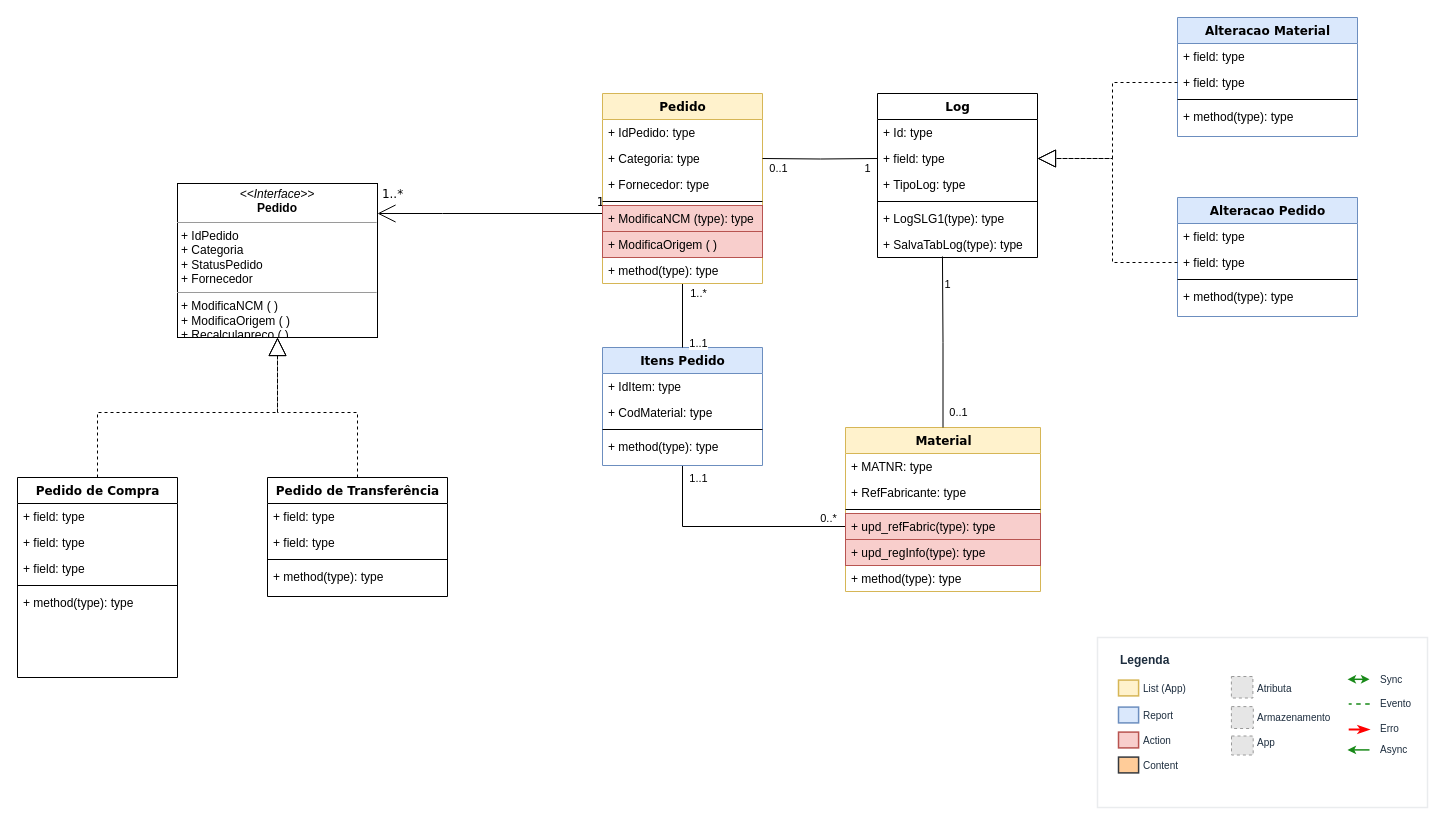
Before: InvoiceCon_DC.drawio in fantinatto/draw.io, a draw.io diagram. Source tidied: cells renumbered, new cells numbered last; positions are measured from the earlier drawing's top-left corner, leaving out a move shared by most shapes. Both pictures are drawn from the tidied source at 100%, with x=0, y=0 at pixel (17, 17). Pictures stored in the file or linked from it are replaced by grey dashed boxes.
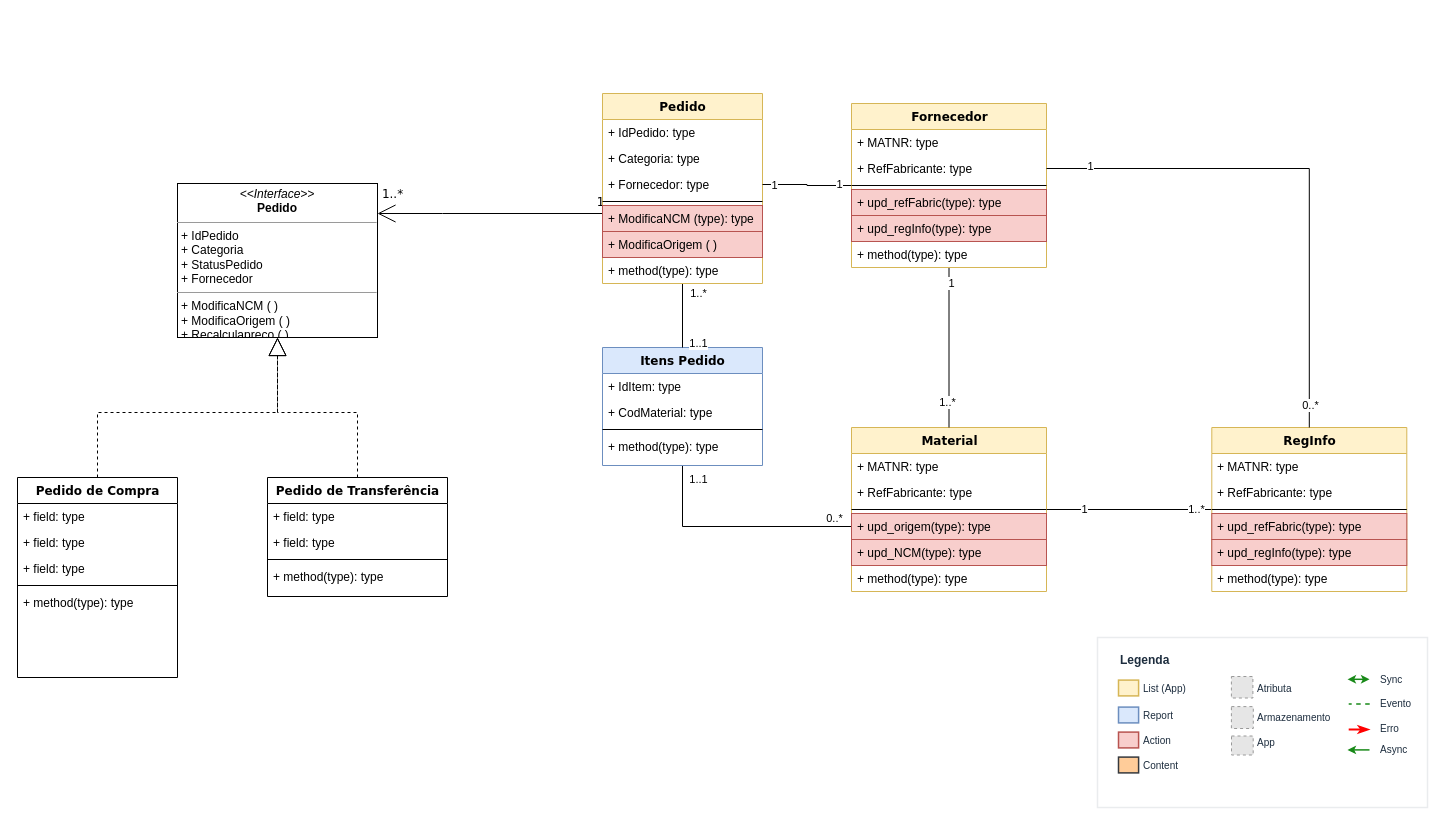
Above is the later version.

The change refers to these unchanged cells:
```xml
<mxCell id="26" value="+ Fornecedor: type" style="text;html=1;strokeColor=none;fillColor=none;align=left;verticalAlign=top;spacingLeft=4;spacingRight=4;whiteSpace=wrap;overflow=hidden;points=[[0,0.5],[1,0.5]];portConstraint=eastwest;" parent="23" vertex="1">
  <mxGeometry y="78" width="160" height="26" as="geometry" />
</mxCell>
```

Diff of the diagram source:
```diff
@@
-    <mxCell id="38" value="Log" style="swimlane;html=1;fontStyle=1;align=center;verticalAlign=top;horizontal=1;startSize=26;swimlaneFillColor=#ffffff;rounded=0;shadow=0;comic=0;labelBackgroundColor=none;strokeWidth=1;fillColor=none;fontFamily=Verdana;fontSize=12;" parent="1" vertex="1">
-      <mxGeometry x="860" y="76" width="160" height="164" as="geometry" />
-    </mxCell>
-    <mxCell id="39" value="+ Id: type" style="text;html=1;strokeColor=none;fillColor=none;align=left;verticalAlign=top;spacingLeft=4;spacingRight=4;whiteSpace=wrap;overflow=hidden;" parent="38" vertex="1">
-      <mxGeometry y="26" width="160" height="26" as="geometry" />
-    </mxCell>
-    <mxCell id="40" value="+ field: type" style="text;html=1;strokeColor=none;fillColor=none;align=left;verticalAlign=top;spacingLeft=4;spacingRight=4;whiteSpace=wrap;overflow=hidden;points=[[0,0.5],[1,0.5]];portConstraint=eastwest;" parent="38" vertex="1">
-      <mxGeometry y="52" width="160" height="26" as="geometry" />
-    </mxCell>
-    <mxCell id="41" value="+ TipoLog: type" style="text;html=1;strokeColor=none;fillColor=none;align=left;verticalAlign=top;spacingLeft=4;spacingRight=4;whiteSpace=wrap;overflow=hidden;" parent="38" vertex="1">
-      <mxGeometry y="78" width="160" height="26" as="geometry" />
-    </mxCell>
-    <mxCell id="42" style="line;html=1;strokeWidth=1;fillColor=none;align=left;verticalAlign=middle;spacingTop=-1;spacingLeft=3;spacingRight=3;labelPosition=right;" parent="38" vertex="1">
-      <mxGeometry y="104" width="160" height="8" as="geometry" />
-    </mxCell>
-    <mxCell id="43" value="+ LogSLG1(type): type" style="text;html=1;strokeColor=none;fillColor=none;align=left;verticalAlign=top;spacingLeft=4;spacingRight=4;whiteSpace=wrap;overflow=hidden;" parent="38" vertex="1">
-      <mxGeometry y="112" width="160" height="26" as="geometry" />
-    </mxCell>
-    <mxCell id="44" value="+ SalvaTabLog(type): type" style="text;html=1;strokeColor=none;fillColor=none;align=left;verticalAlign=top;spacingLeft=4;spacingRight=4;whiteSpace=wrap;overflow=hidden;points=[[0,0.5],[1,0.5]];portConstraint=eastwest;" parent="38" vertex="1">
-      <mxGeometry y="138" width="160" height="26" as="geometry" />
-    </mxCell>
-    <mxCell id="45" style="edgeStyle=orthogonalEdgeStyle;rounded=0;jettySize=auto;html=1;endArrow=none;endFill=0;" parent="1" edge="1" target="40">
-      <mxGeometry relative="1" as="geometry">
-        <mxPoint x="745" y="141" as="sourcePoint" />
-      </mxGeometry>
-    </mxCell>
-    <mxCell id="46" value="0..1" style="edgeLabel;html=1;align=center;verticalAlign=middle;" parent="45" vertex="1">
-      <mxGeometry x="-0.15" y="2" relative="1" as="geometry">
-        <mxPoint x="-34" y="11" as="offset" />
-      </mxGeometry>
-    </mxCell>
-    <mxCell id="47" value="1" style="edgeLabel;html=1;align=center;verticalAlign=middle;" parent="45" vertex="1">
-      <mxGeometry x="0.48" y="1" relative="1" as="geometry">
-        <mxPoint x="20" y="10" as="offset" />
-      </mxGeometry>
-    </mxCell>
+    <mxCell id="94" style="edgeStyle=orthogonalEdgeStyle;rounded=0;jettySize=auto;html=1;endArrow=none;endFill=0;" parent="1" edge="1" source="48" target="100">
+      <mxGeometry relative="1" as="geometry" />
+    </mxCell>
+    <mxCell id="95" value="1" style="edgeLabel;html=1;align=center;verticalAlign=middle;" parent="94" vertex="1">
+      <mxGeometry x="-0.54" y="1" relative="1" as="geometry">
+        <mxPoint x="-1" as="offset" />
+      </mxGeometry>
+    </mxCell>
+    <mxCell id="96" value="1..*" style="edgeLabel;html=1;align=center;verticalAlign=middle;" parent="94" vertex="1">
+      <mxGeometry x="0.79" y="1" relative="1" as="geometry">
+        <mxPoint x="1" as="offset" />
+      </mxGeometry>
+    </mxCell>
     <mxCell id="48" value="Material" style="swimlane;html=1;fontStyle=1;align=center;verticalAlign=top;horizontal=1;startSize=26;swimlaneFillColor=#ffffff;rounded=0;shadow=0;comic=0;labelBackgroundColor=none;strokeWidth=1;fillColor=#fff2cc;fontFamily=Verdana;fontSize=12;strokeColor=#d6b656;" parent="1" vertex="1">
-      <mxGeometry x="828" y="410" width="195" height="164" as="geometry" />
+      <mxGeometry x="834" y="410" width="195" height="164" as="geometry" />
     </mxCell>
@@
-    <mxCell id="52" value="+ upd_refFabric(type): type" style="text;html=1;strokeColor=#b85450;fillColor=#f8cecc;align=left;verticalAlign=top;spacingLeft=4;spacingRight=4;whiteSpace=wrap;overflow=hidden;points=[[0,0.5],[1,0.5]];portConstraint=eastwest;" parent="48" vertex="1">
+    <mxCell id="52" value="+ upd_origem(type): type" style="text;html=1;strokeColor=#b85450;fillColor=#f8cecc;align=left;verticalAlign=top;spacingLeft=4;spacingRight=4;whiteSpace=wrap;overflow=hidden;points=[[0,0.5],[1,0.5]];portConstraint=eastwest;" parent="48" vertex="1">
       <mxGeometry y="86" width="195" height="26" as="geometry" />
     </mxCell>
-    <mxCell id="53" value="+ upd_regInfo(type): type" style="text;html=1;strokeColor=#b85450;fillColor=#f8cecc;align=left;verticalAlign=top;spacingLeft=4;spacingRight=4;whiteSpace=wrap;overflow=hidden;" parent="48" vertex="1">
+    <mxCell id="53" value="+ upd_NCM(type): type" style="text;html=1;strokeColor=#b85450;fillColor=#f8cecc;align=left;verticalAlign=top;spacingLeft=4;spacingRight=4;whiteSpace=wrap;overflow=hidden;" parent="48" vertex="1">
       <mxGeometry y="112" width="195" height="26" as="geometry" />
     </mxCell>
@@
-    <mxCell id="55" style="edgeStyle=orthogonalEdgeStyle;rounded=0;jettySize=auto;html=1;entryX=0.406;entryY=0.962;entryDx=0;entryDy=0;entryPerimeter=0;endArrow=none;endFill=0;" parent="1" edge="1" source="48" target="44">
-      <mxGeometry relative="1" as="geometry" />
-    </mxCell>
-    <mxCell id="56" value="1" style="edgeLabel;html=1;align=center;verticalAlign=middle;" parent="55" vertex="1">
-      <mxGeometry x="0.57" relative="1" as="geometry">
-        <mxPoint x="5" y="-9" as="offset" />
-      </mxGeometry>
-    </mxCell>
-    <mxCell id="57" value="0..1" style="edgeLabel;html=1;align=center;verticalAlign=middle;" parent="55" vertex="1">
-      <mxGeometry x="-0.81" y="-1" relative="1" as="geometry">
-        <mxPoint x="14" as="offset" />
-      </mxGeometry>
-    </mxCell>
-    <mxCell id="58" value="Alteracao Material" style="swimlane;html=1;fontStyle=1;align=center;verticalAlign=top;horizontal=1;startSize=26;swimlaneFillColor=#ffffff;rounded=0;shadow=0;comic=0;labelBackgroundColor=none;strokeWidth=1;fillColor=#dae8fc;fontFamily=Verdana;fontSize=12;strokeColor=#6c8ebf;" parent="1" vertex="1">
-      <mxGeometry x="1160" width="180" height="119" as="geometry" />
-    </mxCell>
-    <mxCell id="59" value="+ field: type" style="text;html=1;strokeColor=none;fillColor=none;align=left;verticalAlign=top;spacingLeft=4;spacingRight=4;whiteSpace=wrap;overflow=hidden;" parent="58" vertex="1">
-      <mxGeometry y="26" width="180" height="26" as="geometry" />
-    </mxCell>
-    <mxCell id="60" value="+ field: type" style="text;html=1;strokeColor=none;fillColor=none;align=left;verticalAlign=top;spacingLeft=4;spacingRight=4;whiteSpace=wrap;overflow=hidden;points=[[0,0.5],[1,0.5]];portConstraint=eastwest;" parent="58" vertex="1">
-      <mxGeometry y="52" width="180" height="26" as="geometry" />
-    </mxCell>
-    <mxCell id="61" style="line;html=1;strokeWidth=1;fillColor=none;align=left;verticalAlign=middle;spacingTop=-1;spacingLeft=3;spacingRight=3;labelPosition=right;" parent="58" vertex="1">
-      <mxGeometry y="78" width="180" height="8" as="geometry" />
-    </mxCell>
-    <mxCell id="62" value="+ method(type): type" style="text;html=1;strokeColor=none;fillColor=none;align=left;verticalAlign=top;spacingLeft=4;spacingRight=4;whiteSpace=wrap;overflow=hidden;" parent="58" vertex="1">
-      <mxGeometry y="86" width="180" height="26" as="geometry" />
-    </mxCell>
-    <mxCell id="63" value="Alteracao Pedido" style="swimlane;html=1;fontStyle=1;align=center;verticalAlign=top;horizontal=1;startSize=26;swimlaneFillColor=#ffffff;rounded=0;shadow=0;comic=0;labelBackgroundColor=none;strokeWidth=1;fillColor=#dae8fc;fontFamily=Verdana;fontSize=12;strokeColor=#6c8ebf;" parent="1" vertex="1">
-      <mxGeometry x="1160" y="180" width="180" height="119" as="geometry" />
-    </mxCell>
-    <mxCell id="64" value="+ field: type" style="text;html=1;strokeColor=none;fillColor=none;align=left;verticalAlign=top;spacingLeft=4;spacingRight=4;whiteSpace=wrap;overflow=hidden;" parent="63" vertex="1">
-      <mxGeometry y="26" width="180" height="26" as="geometry" />
-    </mxCell>
-    <mxCell id="65" value="+ field: type" style="text;html=1;strokeColor=none;fillColor=none;align=left;verticalAlign=top;spacingLeft=4;spacingRight=4;whiteSpace=wrap;overflow=hidden;points=[[0,0.5],[1,0.5]];portConstraint=eastwest;" parent="63" vertex="1">
-      <mxGeometry y="52" width="180" height="26" as="geometry" />
-    </mxCell>
-    <mxCell id="66" style="line;html=1;strokeWidth=1;fillColor=none;align=left;verticalAlign=middle;spacingTop=-1;spacingLeft=3;spacingRight=3;labelPosition=right;" parent="63" vertex="1">
-      <mxGeometry y="78" width="180" height="8" as="geometry" />
-    </mxCell>
-    <mxCell id="67" value="+ method(type): type" style="text;html=1;strokeColor=none;fillColor=none;align=left;verticalAlign=top;spacingLeft=4;spacingRight=4;whiteSpace=wrap;overflow=hidden;" parent="63" vertex="1">
-      <mxGeometry y="86" width="180" height="26" as="geometry" />
-    </mxCell>
-    <mxCell id="68" style="edgeStyle=orthogonalEdgeStyle;rounded=0;jettySize=auto;html=1;entryX=1;entryY=0.5;entryDx=0;entryDy=0;dashed=1;strokeColor=default;align=center;verticalAlign=middle;fontFamily=Verdana;fontSize=12;fontColor=default;labelBackgroundColor=none;startArrow=none;startFill=0;startSize=8;endArrow=block;endFill=0;endSize=16;" parent="1" edge="1" source="60" target="40">
-      <mxGeometry relative="1" as="geometry" />
-    </mxCell>
-    <mxCell id="69" style="edgeStyle=orthogonalEdgeStyle;rounded=0;jettySize=auto;html=1;entryX=1;entryY=0.5;entryDx=0;entryDy=0;dashed=1;strokeColor=default;align=center;verticalAlign=middle;fontFamily=Verdana;fontSize=12;fontColor=default;labelBackgroundColor=none;startArrow=none;startFill=0;startSize=8;endArrow=block;endFill=0;endSize=16;" parent="1" edge="1" source="65" target="40">
-      <mxGeometry relative="1" as="geometry" />
-    </mxCell>
@@
+    <mxCell id="97" value="RegInfo" style="swimlane;html=1;fontStyle=1;align=center;verticalAlign=top;horizontal=1;startSize=26;swimlaneFillColor=#ffffff;rounded=0;shadow=0;comic=0;labelBackgroundColor=none;strokeWidth=1;fillColor=#fff2cc;fontFamily=Verdana;fontSize=12;strokeColor=#d6b656;" parent="1" vertex="1">
+      <mxGeometry x="1194.3" y="410" width="195" height="164" as="geometry" />
+    </mxCell>
+    <mxCell id="98" value="+ MATNR: type" style="text;html=1;strokeColor=none;fillColor=none;align=left;verticalAlign=top;spacingLeft=4;spacingRight=4;whiteSpace=wrap;overflow=hidden;" parent="97" vertex="1">
+      <mxGeometry y="26" width="195" height="26" as="geometry" />
+    </mxCell>
+    <mxCell id="99" value="+ RefFabricante: type" style="text;html=1;strokeColor=none;fillColor=none;align=left;verticalAlign=top;spacingLeft=4;spacingRight=4;whiteSpace=wrap;overflow=hidden;" parent="97" vertex="1">
+      <mxGeometry y="52" width="195" height="26" as="geometry" />
+    </mxCell>
+    <mxCell id="100" style="line;html=1;strokeWidth=1;fillColor=none;align=left;verticalAlign=middle;spacingTop=-1;spacingLeft=3;spacingRight=3;labelPosition=right;points=[];portConstraint=eastwest;" parent="97" vertex="1">
+      <mxGeometry y="78" width="195" height="8" as="geometry" />
+    </mxCell>
+    <mxCell id="101" value="+ upd_refFabric(type): type" style="text;html=1;strokeColor=#b85450;fillColor=#f8cecc;align=left;verticalAlign=top;spacingLeft=4;spacingRight=4;whiteSpace=wrap;overflow=hidden;" parent="97" vertex="1">
+      <mxGeometry y="86" width="195" height="26" as="geometry" />
+    </mxCell>
+    <mxCell id="102" value="+ upd_regInfo(type): type" style="text;html=1;strokeColor=#b85450;fillColor=#f8cecc;align=left;verticalAlign=top;spacingLeft=4;spacingRight=4;whiteSpace=wrap;overflow=hidden;" parent="97" vertex="1">
+      <mxGeometry y="112" width="195" height="26" as="geometry" />
+    </mxCell>
+    <mxCell id="103" value="+ method(type): type" style="text;html=1;strokeColor=none;fillColor=none;align=left;verticalAlign=top;spacingLeft=4;spacingRight=4;whiteSpace=wrap;overflow=hidden;" parent="97" vertex="1">
+      <mxGeometry y="138" width="195" height="26" as="geometry" />
+    </mxCell>
+    <mxCell id="104" style="edgeStyle=orthogonalEdgeStyle;rounded=0;jettySize=auto;html=1;entryX=1;entryY=0.5;entryDx=0;entryDy=0;endArrow=none;endFill=0;" parent="1" edge="1" source="110" target="26">
+      <mxGeometry relative="1" as="geometry" />
+    </mxCell>
+    <mxCell id="105" value="1" style="edgeLabel;html=1;align=center;verticalAlign=middle;" parent="104" vertex="1">
+      <mxGeometry x="0.76" relative="1" as="geometry" />
+    </mxCell>
+    <mxCell id="106" value="1" style="edgeLabel;html=1;align=center;verticalAlign=middle;" parent="104" vertex="1">
+      <mxGeometry x="-0.71" y="-2" relative="1" as="geometry" />
+    </mxCell>
+    <mxCell id="107" style="edgeStyle=orthogonalEdgeStyle;rounded=0;jettySize=auto;html=1;endArrow=none;endFill=0;" parent="1" edge="1" source="110" target="48">
+      <mxGeometry relative="1" as="geometry" />
+    </mxCell>
+    <mxCell id="108" value="1" style="edgeLabel;html=1;align=center;verticalAlign=middle;" parent="107" vertex="1">
+      <mxGeometry x="-0.81" y="2" relative="1" as="geometry" />
+    </mxCell>
+    <mxCell id="109" value="1..*" style="edgeLabel;html=1;align=center;verticalAlign=middle;" parent="107" vertex="1">
+      <mxGeometry x="0.67" y="-2" relative="1" as="geometry" />
+    </mxCell>
+    <mxCell id="110" value="Fornecedor" style="swimlane;html=1;fontStyle=1;align=center;verticalAlign=top;horizontal=1;startSize=26;swimlaneFillColor=#ffffff;rounded=0;shadow=0;comic=0;labelBackgroundColor=none;strokeWidth=1;fillColor=#fff2cc;fontFamily=Verdana;fontSize=12;strokeColor=#d6b656;" parent="1" vertex="1">
+      <mxGeometry x="834" y="86" width="195" height="164" as="geometry" />
+    </mxCell>
+    <mxCell id="111" value="+ MATNR: type" style="text;html=1;strokeColor=none;fillColor=none;align=left;verticalAlign=top;spacingLeft=4;spacingRight=4;whiteSpace=wrap;overflow=hidden;" parent="110" vertex="1">
+      <mxGeometry y="26" width="195" height="26" as="geometry" />
+    </mxCell>
+    <mxCell id="112" value="+ RefFabricante: type" style="text;html=1;strokeColor=none;fillColor=none;align=left;verticalAlign=top;spacingLeft=4;spacingRight=4;whiteSpace=wrap;overflow=hidden;points=[[0,0.5],[1,0.5]];portConstraint=eastwest;" parent="110" vertex="1">
+      <mxGeometry y="52" width="195" height="26" as="geometry" />
+    </mxCell>
+    <mxCell id="113" style="line;html=1;strokeWidth=1;fillColor=none;align=left;verticalAlign=middle;spacingTop=-1;spacingLeft=3;spacingRight=3;labelPosition=right;" parent="110" vertex="1">
+      <mxGeometry y="78" width="195" height="8" as="geometry" />
+    </mxCell>
+    <mxCell id="114" value="+ upd_refFabric(type): type" style="text;html=1;strokeColor=#b85450;fillColor=#f8cecc;align=left;verticalAlign=top;spacingLeft=4;spacingRight=4;whiteSpace=wrap;overflow=hidden;" parent="110" vertex="1">
+      <mxGeometry y="86" width="195" height="26" as="geometry" />
+    </mxCell>
+    <mxCell id="115" value="+ upd_regInfo(type): type" style="text;html=1;strokeColor=#b85450;fillColor=#f8cecc;align=left;verticalAlign=top;spacingLeft=4;spacingRight=4;whiteSpace=wrap;overflow=hidden;" parent="110" vertex="1">
+      <mxGeometry y="112" width="195" height="26" as="geometry" />
+    </mxCell>
+    <mxCell id="116" value="+ method(type): type" style="text;html=1;strokeColor=none;fillColor=none;align=left;verticalAlign=top;spacingLeft=4;spacingRight=4;whiteSpace=wrap;overflow=hidden;" parent="110" vertex="1">
+      <mxGeometry y="138" width="195" height="26" as="geometry" />
+    </mxCell>
+    <mxCell id="117" style="edgeStyle=orthogonalEdgeStyle;rounded=0;jettySize=auto;html=1;endArrow=none;endFill=0;" parent="1" edge="1" source="112" target="97">
+      <mxGeometry relative="1" as="geometry" />
+    </mxCell>
+    <mxCell id="118" value="1" style="edgeLabel;html=1;align=center;verticalAlign=middle;" parent="117" vertex="1">
+      <mxGeometry x="-0.83" y="3" relative="1" as="geometry">
+        <mxPoint x="-1" as="offset" />
+      </mxGeometry>
+    </mxCell>
+    <mxCell id="119" value="0..*" style="edgeLabel;html=1;align=center;verticalAlign=middle;" parent="117" vertex="1">
+      <mxGeometry x="0.91" y="1" relative="1" as="geometry">
+        <mxPoint y="1" as="offset" />
+      </mxGeometry>
+    </mxCell>
```
